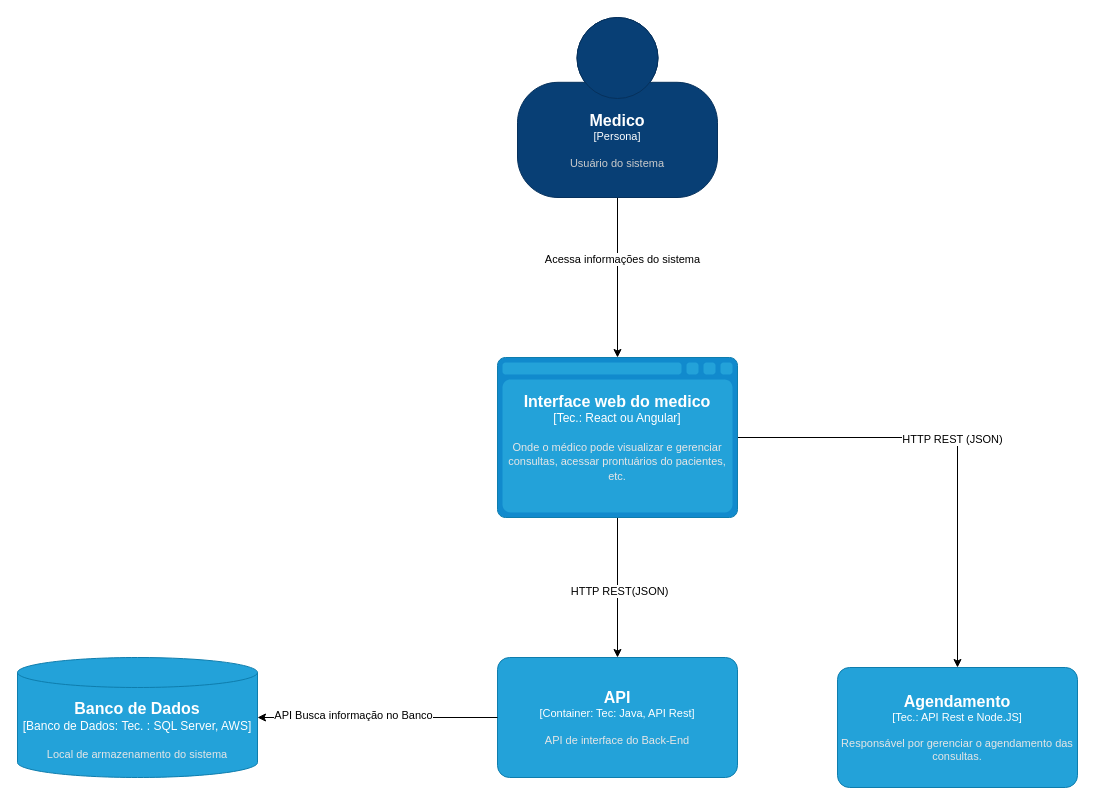
The draw.io diagram Diagrama sem nome.drawio in WillianDametto/PIM-Faculdade, before the edit. Source tidied: cells renumbered, new cells numbered last; positions are measured from the earlier drawing's top-left corner, leaving out a move shared by most shapes. Both pictures are drawn from the tidied source at 100%, with x=0, y=0 at pixel (17, 17).
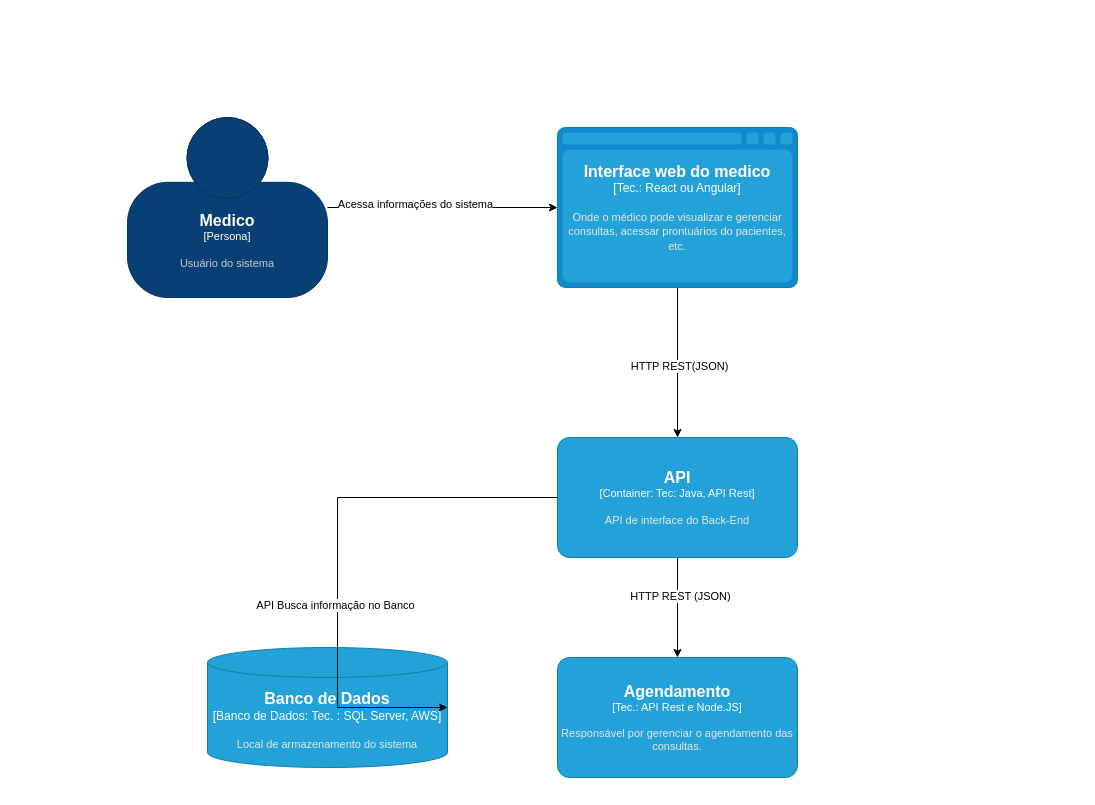
After the change.

Diff of the diagram source:
```diff
@@
 <mxGraphModel>
   <root>
     <mxCell id="0" />
     <mxCell id="1" parent="0" />
     <mxCell id="2" style="edgeStyle=orthogonalEdgeStyle;rounded=0;jettySize=auto;html=1;" parent="1" edge="1" source="4" target="9">
       <mxGeometry relative="1" as="geometry" />
     </mxCell>
     <mxCell id="3" value="Acessa informações do sistema" style="edgeLabel;html=1;align=center;verticalAlign=middle;" parent="2" vertex="1">
       <mxGeometry x="-0.24" y="4" relative="1" as="geometry" />
     </mxCell>
     <object id="4" label="&lt;font style=&quot;font-size: 16px&quot;&gt;&lt;b&gt;%c4Name%&lt;/b&gt;&lt;/font&gt;&lt;div&gt;[%c4Type%]&lt;/div&gt;&lt;br&gt;&lt;div&gt;&lt;font style=&quot;font-size: 11px&quot;&gt;&lt;font color=&quot;#cccccc&quot;&gt;%c4Description%&lt;/font&gt;&lt;/div&gt;" c4Description="Usuário do sistema" c4Name="Medico" c4Type="Persona" placeholders="1">
       <mxCell style="html=1;fontSize=11;dashed=0;whiteSpace=wrap;fillColor=#083F75;strokeColor=#06315C;fontColor=#ffffff;shape=mxgraph.c4.person2;align=center;points=[[0.5,0,0],[1,0.5,0],[1,0.75,0],[0.75,1,0],[0.5,1,0],[0.25,1,0],[0,0.75,0],[0,0.5,0]];" parent="1" vertex="1">
-        <mxGeometry x="500" width="200" height="180" as="geometry" />
+        <mxGeometry x="110" y="100" width="200" height="180" as="geometry" />
       </mxCell>
     </object>
     <mxCell id="5" style="edgeStyle=orthogonalEdgeStyle;rounded=0;jettySize=auto;html=1;" parent="1" edge="1" source="9" target="12">
       <mxGeometry relative="1" as="geometry" />
     </mxCell>
     <mxCell id="6" value="HTTP REST(JSON)" style="edgeLabel;html=1;align=center;verticalAlign=middle;" parent="5" vertex="1">
       <mxGeometry x="0.04" y="1" relative="1" as="geometry" />
     </mxCell>
-    <mxCell id="7" style="edgeStyle=orthogonalEdgeStyle;rounded=0;jettySize=auto;html=1;" parent="1" edge="1" source="9" target="11">
-      <mxGeometry relative="1" as="geometry" />
-    </mxCell>
-    <mxCell id="8" value="HTTP REST (JSON)" style="edgeLabel;html=1;align=center;verticalAlign=middle;" parent="7" vertex="1">
-      <mxGeometry x="-0.05" y="-1" relative="1" as="geometry" />
-    </mxCell>
     <object id="9" label="&lt;font style=&quot;font-size: 16px&quot;&gt;&lt;b&gt;%c4Type%&lt;/b&gt;&lt;/font&gt;&lt;div&gt;[%c4Container%:&amp;nbsp;%c4Technology%]&lt;/div&gt;&lt;br&gt;&lt;div&gt;&lt;font style=&quot;font-size: 11px&quot;&gt;&lt;font color=&quot;#E6E6E6&quot;&gt;%c4Description%&lt;/font&gt;&lt;/div&gt;" c4Container="Tec." c4Description="Onde o médico pode visualizar e gerenciar consultas, acessar prontuários do pacientes, etc." c4Technology="React ou Angular" c4Type="Interface web do medico" placeholders="1">
       <mxCell style="shape=mxgraph.c4.webBrowserContainer2;whiteSpace=wrap;html=1;boundedLbl=1;rounded=0;labelBackgroundColor=none;strokeColor=#118ACD;fillColor=#23A2D9;strokeColor=#118ACD;strokeColor2=#0E7DAD;fontSize=12;fontColor=#ffffff;align=center;points=[[0.5,0,0],[1,0.25,0],[1,0.5,0],[1,0.75,0],[0.5,1,0],[0,0.75,0],[0,0.5,0],[0,0.25,0]];" parent="1" vertex="1">
-        <mxGeometry x="480" y="340" width="240" height="160" as="geometry" />
+        <mxGeometry x="540" y="110" width="240" height="160" as="geometry" />
       </mxCell>
     </object>
     <object id="10" label="&lt;font style=&quot;font-size: 16px&quot;&gt;&lt;b&gt;%c4Type%&lt;/b&gt;&lt;/font&gt;&lt;div&gt;[%c4Container%:&amp;nbsp;%c4Technology%]&lt;/div&gt;&lt;br&gt;&lt;div&gt;&lt;font style=&quot;font-size: 11px&quot;&gt;&lt;font color=&quot;#E6E6E6&quot;&gt;%c4Description%&lt;/font&gt;&lt;/div&gt;" c4Container="Banco de Dados" c4Description="Local de armazenamento do sistema" c4Technology="Tec. : SQL Server, AWS" c4Type="Banco de Dados" placeholders="1">
       <mxCell style="shape=cylinder3;size=15;whiteSpace=wrap;html=1;boundedLbl=1;rounded=0;labelBackgroundColor=none;fillColor=#23A2D9;fontSize=12;fontColor=#ffffff;align=center;strokeColor=#0E7DAD;points=[[0.5,0,0],[1,0.25,0],[1,0.5,0],[1,0.75,0],[0.5,1,0],[0,0.75,0],[0,0.5,0],[0,0.25,0]];" parent="1" vertex="1">
-        <mxGeometry y="640" width="240" height="120" as="geometry" />
+        <mxGeometry x="190" y="630" width="240" height="120" as="geometry" />
       </mxCell>
     </object>
     <object id="11" label="&lt;font style=&quot;font-size: 16px&quot;&gt;&lt;b&gt;%c4Name%&lt;/b&gt;&lt;/font&gt;&lt;div&gt;[%c4Type%: %c4Technology%]&lt;/div&gt;&lt;br&gt;&lt;div&gt;&lt;font style=&quot;font-size: 11px&quot;&gt;&lt;font color=&quot;#E6E6E6&quot;&gt;%c4Description%&lt;/font&gt;&lt;/div&gt;" c4Description="Responsável por gerenciar o agendamento das consultas." c4Name="Agendamento" c4Technology="API Rest e Node.JS" c4Type="Tec." placeholders="1">
       <mxCell style="rounded=1;whiteSpace=wrap;html=1;fontSize=11;labelBackgroundColor=none;fillColor=#23A2D9;fontColor=#ffffff;align=center;arcSize=10;strokeColor=#0E7DAD;points=[[0.25,0,0],[0.5,0,0],[0.75,0,0],[1,0.25,0],[1,0.5,0],[1,0.75,0],[0.75,1,0],[0.5,1,0],[0.25,1,0],[0,0.75,0],[0,0.5,0],[0,0.25,0]];" parent="1" vertex="1">
-        <mxGeometry x="820" y="650" width="240" height="120" as="geometry" />
+        <mxGeometry x="540" y="640" width="240" height="120" as="geometry" />
       </mxCell>
     </object>
+    <mxCell id="15" style="edgeStyle=orthogonalEdgeStyle;rounded=0;jettySize=auto;html=1;" parent="1" edge="1" source="12" target="11">
+      <mxGeometry relative="1" as="geometry" />
+    </mxCell>
+    <mxCell id="8" value="HTTP REST (JSON)" style="edgeLabel;html=1;align=center;verticalAlign=middle;" parent="15" vertex="1">
+      <mxGeometry x="-0.24" y="2" relative="1" as="geometry" />
+    </mxCell>
     <object id="12" label="&lt;font style=&quot;font-size: 16px&quot;&gt;&lt;b&gt;%c4Name%&lt;/b&gt;&lt;/font&gt;&lt;div&gt;[%c4Type%: %c4Technology%]&lt;/div&gt;&lt;br&gt;&lt;div&gt;&lt;font style=&quot;font-size: 11px&quot;&gt;&lt;font color=&quot;#E6E6E6&quot;&gt;%c4Description%&lt;/font&gt;&lt;/div&gt;" c4Description="API de interface do Back-End" c4Name="API" c4Technology="Tec: Java, API Rest" c4Type="Container" placeholders="1">
       <mxCell style="rounded=1;whiteSpace=wrap;html=1;fontSize=11;labelBackgroundColor=none;fillColor=#23A2D9;fontColor=#ffffff;align=center;arcSize=10;strokeColor=#0E7DAD;points=[[0.25,0,0],[0.5,0,0],[0.75,0,0],[1,0.25,0],[1,0.5,0],[1,0.75,0],[0.75,1,0],[0.5,1,0],[0.25,1,0],[0,0.75,0],[0,0.5,0],[0,0.25,0]];" parent="1" vertex="1">
-        <mxGeometry x="480" y="640" width="240" height="120" as="geometry" />
+        <mxGeometry x="540" y="420" width="240" height="120" as="geometry" />
       </mxCell>
     </object>
     <mxCell id="13" style="edgeStyle=orthogonalEdgeStyle;rounded=0;jettySize=auto;html=1;entryX=1;entryY=0.5;entryDx=0;entryDy=0;entryPerimeter=0;" parent="1" edge="1" source="12" target="10">
-      <mxGeometry relative="1" as="geometry" />
+      <mxGeometry relative="1" as="geometry">
+        <Array as="points">
+          <mxPoint x="320" y="480" />
+          <mxPoint x="320" y="690" />
+        </Array>
+      </mxGeometry>
     </mxCell>
     <mxCell id="14" value="API Busca informação no Banco" style="edgeLabel;html=1;align=center;verticalAlign=middle;" parent="13" vertex="1">
       <mxGeometry x="0.21" y="-3" relative="1" as="geometry" />
     </mxCell>
   </root>
 </mxGraphModel>
```
